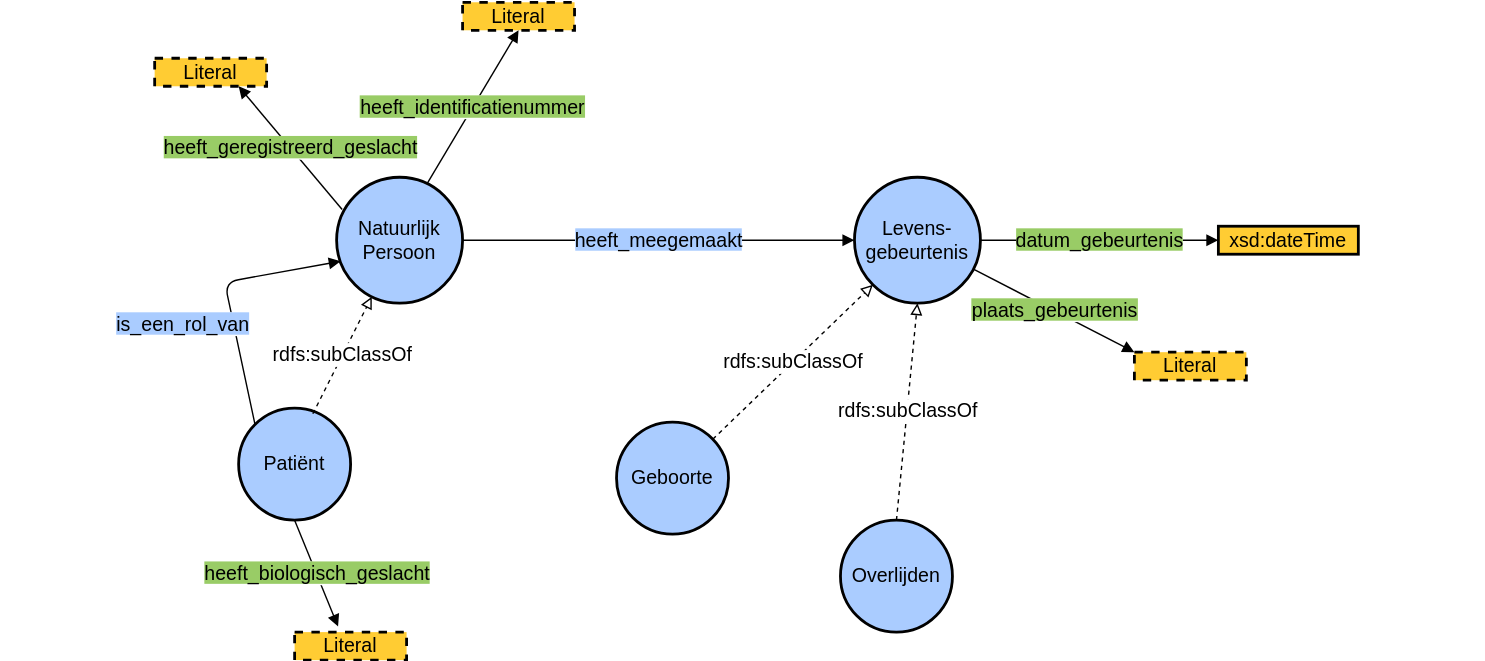
Earlier version of the draw.io export .gitbook/assets/motivation/logischmodel.svg (dizra/docs). Source tidied: cells renumbered, new cells last; positions are measured from the earlier drawing's top-left corner, leaving out a move shared by most shapes.
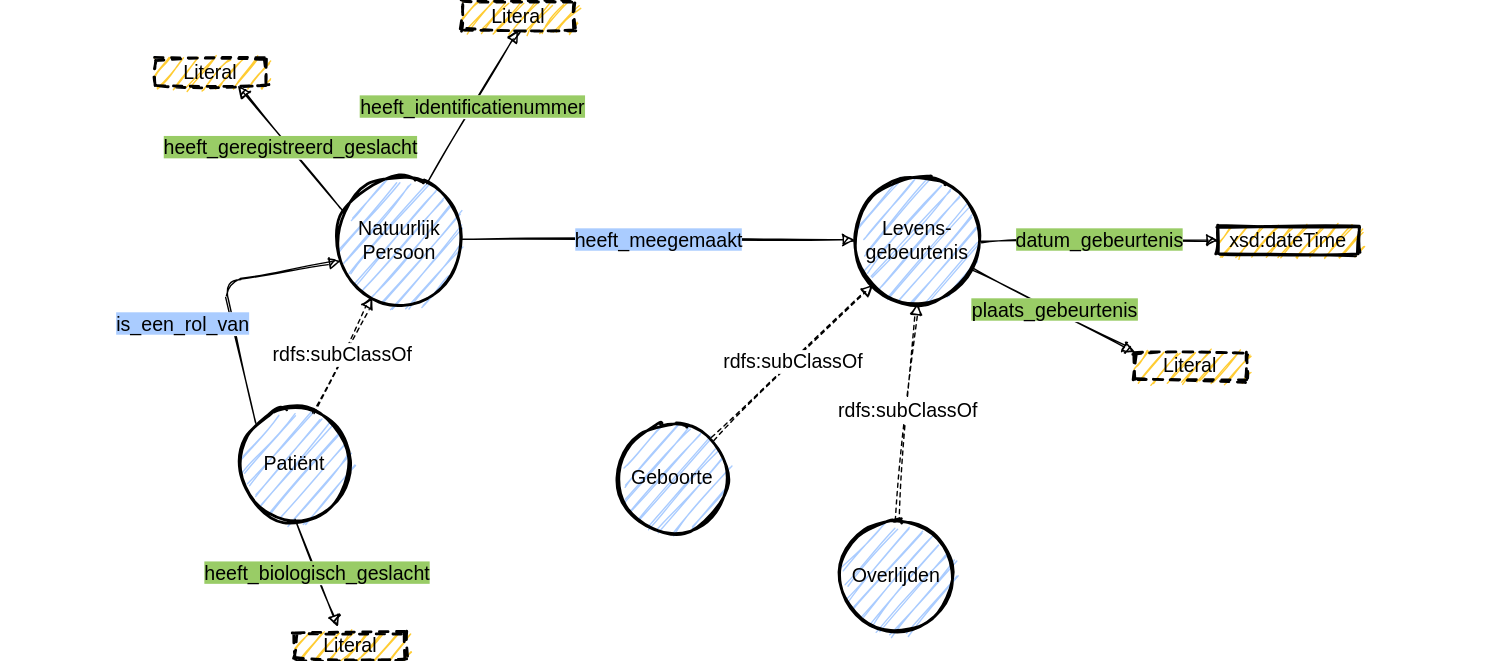
The same file after the commit.

Diff of the diagram source:
```diff
@@ -2,71 +2,71 @@
   <root>
     <mxCell id="0" />
     <mxCell id="1" parent="0" />
-    <mxCell id="2" value="Levens-gebeurtenis" style="ellipse;whiteSpace=wrap;html=1;rounded=0;shadow=0;glass=0;comic=0;strokeColor=#000000;strokeWidth=2;fillColor=#acf;gradientColor=none;fontSize=14;fontColor=#000000;align=center;" parent="1" vertex="1">
+    <mxCell id="2" value="Levens-gebeurtenis" style="ellipse;whiteSpace=wrap;html=1;rounded=0;shadow=0;glass=0;comic=0;strokeColor=#000000;strokeWidth=2;fillColor=#acf;gradientColor=none;fontSize=14;fontColor=#000000;align=center;sketch=1;" parent="1" vertex="1">
       <mxGeometry x="610" y="125" width="90" height="90" as="geometry" />
     </mxCell>
-    <mxCell id="3" value="Natuurlijk Persoon" style="ellipse;whiteSpace=wrap;html=1;rounded=0;shadow=0;glass=0;comic=0;strokeColor=#000000;strokeWidth=2;fillColor=#acf;gradientColor=none;fontSize=14;fontColor=#000000;align=center;" parent="1" vertex="1">
+    <mxCell id="3" value="Natuurlijk Persoon" style="ellipse;whiteSpace=wrap;html=1;rounded=0;shadow=0;glass=0;comic=0;strokeColor=#000000;strokeWidth=2;fillColor=#acf;gradientColor=none;fontSize=14;fontColor=#000000;align=center;sketch=1;" parent="1" vertex="1">
       <mxGeometry x="240" y="125" width="90" height="90" as="geometry" />
     </mxCell>
-    <mxCell id="4" value="Patiënt" style="ellipse;whiteSpace=wrap;html=1;rounded=0;shadow=0;glass=0;comic=0;strokeColor=#000000;strokeWidth=2;fillColor=#acf;gradientColor=none;fontSize=14;fontColor=#000000;align=center;" parent="1" vertex="1">
+    <mxCell id="4" value="Patiënt" style="ellipse;whiteSpace=wrap;html=1;rounded=0;shadow=0;glass=0;comic=0;strokeColor=#000000;strokeWidth=2;fillColor=#acf;gradientColor=none;fontSize=14;fontColor=#000000;align=center;sketch=1;" parent="1" vertex="1">
       <mxGeometry x="170" y="290" width="80" height="80" as="geometry" />
     </mxCell>
-    <mxCell id="5" value="rdfs:subClassOf" style="endArrow=block;html=1;strokeColor=#000000;fontSize=14;fontColor=#000000;endFill=0;dashed=1;exitX=0.663;exitY=0.05;exitDx=0;exitDy=0;exitPerimeter=0;" parent="1" edge="1" source="4" target="3">
+    <mxCell id="5" value="rdfs:subClassOf" style="endArrow=block;html=1;strokeColor=#000000;fontSize=14;fontColor=#000000;endFill=0;dashed=1;exitX=0.663;exitY=0.05;exitDx=0;exitDy=0;exitPerimeter=0;sketch=1;" parent="1" edge="1" source="4" target="3">
       <mxGeometry relative="1" as="geometry" />
     </mxCell>
-    <mxCell id="6" value="&lt;span style=&quot;background-color: rgb(170 , 204 , 255)&quot;&gt;heeft_meegemaakt&lt;/span&gt;" style="endArrow=block;html=1;strokeColor=#000000;fontSize=14;fontColor=#000000;endFill=1;exitX=1;exitY=0.5;exitDx=0;exitDy=0;" parent="1" edge="1" source="3" target="2">
+    <mxCell id="6" value="&lt;span style=&quot;background-color: rgb(170 , 204 , 255)&quot;&gt;heeft_meegemaakt&lt;/span&gt;" style="endArrow=block;html=1;strokeColor=#000000;fontSize=14;fontColor=#000000;endFill=1;exitX=1;exitY=0.5;exitDx=0;exitDy=0;sketch=1;" parent="1" edge="1" source="3" target="2">
       <mxGeometry relative="1" as="geometry" />
     </mxCell>
-    <mxCell id="7" value="&lt;span style=&quot;background-color: rgb(170 , 204 , 255)&quot;&gt;is_een_rol_van&lt;/span&gt;" style="endArrow=block;html=1;strokeColor=#000000;fontSize=14;fontColor=#000000;endFill=1;exitX=0;exitY=0;exitDx=0;exitDy=0;entryX=0.033;entryY=0.667;entryDx=0;entryDy=0;entryPerimeter=0;" parent="1" edge="1" source="4" target="3">
+    <mxCell id="7" value="&lt;span style=&quot;background-color: rgb(170 , 204 , 255)&quot;&gt;is_een_rol_van&lt;/span&gt;" style="endArrow=block;html=1;strokeColor=#000000;fontSize=14;fontColor=#000000;endFill=1;exitX=0;exitY=0;exitDx=0;exitDy=0;entryX=0.033;entryY=0.667;entryDx=0;entryDy=0;entryPerimeter=0;sketch=1;" parent="1" edge="1" source="4" target="3">
       <mxGeometry x="-0.14" y="36" relative="1" as="geometry">
         <Array as="points">
           <mxPoint x="160" y="200" />
         </Array>
       </mxGeometry>
     </mxCell>
-    <mxCell id="8" value="Literal" style="whiteSpace=wrap;html=1;rounded=0;shadow=0;glass=0;comic=0;strokeColor=#000000;strokeWidth=2;fillColor=#fc3;gradientColor=none;fontSize=14;fontColor=#000000;align=center;dashed=1;" parent="1" vertex="1">
+    <mxCell id="8" value="Literal" style="whiteSpace=wrap;html=1;rounded=0;shadow=0;glass=0;comic=0;strokeColor=#000000;strokeWidth=2;fillColor=#fc3;gradientColor=none;fontSize=14;fontColor=#000000;align=center;dashed=1;sketch=1;" parent="1" vertex="1">
       <mxGeometry x="330" width="80" height="20" as="geometry" />
     </mxCell>
-    <mxCell id="9" value="&lt;span style=&quot;background-color: rgb(153 , 204 , 102)&quot;&gt;heeft_identificatienummer&lt;/span&gt;" style="endArrow=block;html=1;strokeColor=#000000;fontSize=14;fontColor=#000000;endFill=1;entryX=0.5;entryY=1;entryDx=0;entryDy=0;exitX=0.722;exitY=0.044;exitDx=0;exitDy=0;exitPerimeter=0;" parent="1" edge="1" source="3" target="8">
+    <mxCell id="9" value="&lt;span style=&quot;background-color: rgb(153 , 204 , 102)&quot;&gt;heeft_identificatienummer&lt;/span&gt;" style="endArrow=block;html=1;strokeColor=#000000;fontSize=14;fontColor=#000000;endFill=1;entryX=0.5;entryY=1;entryDx=0;entryDy=0;exitX=0.722;exitY=0.044;exitDx=0;exitDy=0;exitPerimeter=0;sketch=1;" parent="1" edge="1" source="3" target="8">
       <mxGeometry relative="1" as="geometry" />
     </mxCell>
-    <mxCell id="10" value="Geboorte" style="ellipse;whiteSpace=wrap;html=1;rounded=0;shadow=0;glass=0;comic=0;strokeColor=#000000;strokeWidth=2;fillColor=#acf;gradientColor=none;fontSize=14;fontColor=#000000;align=center;" parent="1" vertex="1">
+    <mxCell id="10" value="Geboorte" style="ellipse;whiteSpace=wrap;html=1;rounded=0;shadow=0;glass=0;comic=0;strokeColor=#000000;strokeWidth=2;fillColor=#acf;gradientColor=none;fontSize=14;fontColor=#000000;align=center;sketch=1;" parent="1" vertex="1">
       <mxGeometry x="440" y="300" width="80" height="80" as="geometry" />
     </mxCell>
-    <mxCell id="11" value="rdfs:subClassOf" style="endArrow=block;html=1;strokeColor=#000000;fontSize=14;fontColor=#000000;endFill=0;dashed=1;entryX=0;entryY=1;entryDx=0;entryDy=0;" parent="1" edge="1" source="10" target="2">
+    <mxCell id="11" value="rdfs:subClassOf" style="endArrow=block;html=1;strokeColor=#000000;fontSize=14;fontColor=#000000;endFill=0;dashed=1;entryX=0;entryY=1;entryDx=0;entryDy=0;sketch=1;" parent="1" edge="1" source="10" target="2">
       <mxGeometry relative="1" as="geometry" />
     </mxCell>
-    <mxCell id="12" value="&lt;span style=&quot;background-color: rgb(153 , 204 , 102)&quot;&gt;datum_gebeurtenis&lt;/span&gt;" style="endArrow=block;html=1;strokeColor=#000000;fontSize=14;fontColor=#000000;endFill=1;entryX=0;entryY=0.5;entryDx=0;entryDy=0;exitX=1;exitY=0.5;exitDx=0;exitDy=0;" parent="1" edge="1" source="2" target="13">
+    <mxCell id="12" value="&lt;span style=&quot;background-color: rgb(153 , 204 , 102)&quot;&gt;datum_gebeurtenis&lt;/span&gt;" style="endArrow=block;html=1;strokeColor=#000000;fontSize=14;fontColor=#000000;endFill=1;entryX=0;entryY=0.5;entryDx=0;entryDy=0;exitX=1;exitY=0.5;exitDx=0;exitDy=0;sketch=1;" parent="1" edge="1" source="2" target="13">
       <mxGeometry relative="1" as="geometry" />
     </mxCell>
-    <mxCell id="13" value="xsd:dateTime" style="whiteSpace=wrap;html=1;rounded=0;shadow=0;glass=0;comic=0;strokeColor=#000000;strokeWidth=2;fillColor=#fc3;gradientColor=none;fontSize=14;fontColor=#000000;align=center;" parent="1" vertex="1">
+    <mxCell id="13" value="xsd:dateTime" style="whiteSpace=wrap;html=1;rounded=0;shadow=0;glass=0;comic=0;strokeColor=#000000;strokeWidth=2;fillColor=#fc3;gradientColor=none;fontSize=14;fontColor=#000000;align=center;sketch=1;" parent="1" vertex="1">
       <mxGeometry x="870" y="160" width="100" height="20" as="geometry" />
     </mxCell>
-    <mxCell id="14" value="Literal" style="whiteSpace=wrap;html=1;rounded=0;shadow=0;glass=0;comic=0;strokeColor=#000000;strokeWidth=2;fillColor=#fc3;gradientColor=none;fontSize=14;fontColor=#000000;align=center;dashed=1;" parent="1" vertex="1">
+    <mxCell id="14" value="Literal" style="whiteSpace=wrap;html=1;rounded=0;shadow=0;glass=0;comic=0;strokeColor=#000000;strokeWidth=2;fillColor=#fc3;gradientColor=none;fontSize=14;fontColor=#000000;align=center;dashed=1;sketch=1;" parent="1" vertex="1">
       <mxGeometry x="210" y="450" width="80" height="20" as="geometry" />
     </mxCell>
-    <mxCell id="15" value="&lt;span style=&quot;background-color: rgb(153 , 204 , 102)&quot;&gt;heeft_biologisch_geslacht&lt;/span&gt;" style="endArrow=block;html=1;strokeColor=#000000;fontSize=14;fontColor=#000000;endFill=1;entryX=0.388;entryY=-0.2;entryDx=0;entryDy=0;exitX=0.5;exitY=1;exitDx=0;exitDy=0;entryPerimeter=0;" parent="1" edge="1" source="4" target="14">
+    <mxCell id="15" value="&lt;span style=&quot;background-color: rgb(153 , 204 , 102)&quot;&gt;heeft_biologisch_geslacht&lt;/span&gt;" style="endArrow=block;html=1;strokeColor=#000000;fontSize=14;fontColor=#000000;endFill=1;entryX=0.388;entryY=-0.2;entryDx=0;entryDy=0;exitX=0.5;exitY=1;exitDx=0;exitDy=0;entryPerimeter=0;sketch=1;" parent="1" edge="1" source="4" target="14">
       <mxGeometry relative="1" as="geometry" />
     </mxCell>
-    <mxCell id="16" value="Literal" style="whiteSpace=wrap;html=1;rounded=0;shadow=0;glass=0;comic=0;strokeColor=#000000;strokeWidth=2;fillColor=#fc3;gradientColor=none;fontSize=14;fontColor=#000000;align=center;dashed=1;" parent="1" vertex="1">
+    <mxCell id="16" value="Literal" style="whiteSpace=wrap;html=1;rounded=0;shadow=0;glass=0;comic=0;strokeColor=#000000;strokeWidth=2;fillColor=#fc3;gradientColor=none;fontSize=14;fontColor=#000000;align=center;dashed=1;sketch=1;" parent="1" vertex="1">
       <mxGeometry x="810" y="250" width="80" height="20" as="geometry" />
     </mxCell>
-    <mxCell id="17" value="&lt;span style=&quot;background-color: rgb(153 , 204 , 102)&quot;&gt;plaats_gebeurtenis&lt;/span&gt;" style="endArrow=block;html=1;strokeColor=#000000;fontSize=14;fontColor=#000000;endFill=1;entryX=0;entryY=0;entryDx=0;entryDy=0;" parent="1" edge="1" source="2" target="16">
+    <mxCell id="17" value="&lt;span style=&quot;background-color: rgb(153 , 204 , 102)&quot;&gt;plaats_gebeurtenis&lt;/span&gt;" style="endArrow=block;html=1;strokeColor=#000000;fontSize=14;fontColor=#000000;endFill=1;entryX=0;entryY=0;entryDx=0;entryDy=0;sketch=1;" parent="1" edge="1" source="2" target="16">
       <mxGeometry relative="1" as="geometry" />
     </mxCell>
-    <mxCell id="18" value="Literal" style="whiteSpace=wrap;html=1;rounded=0;shadow=0;glass=0;comic=0;strokeColor=#000000;strokeWidth=2;fillColor=#fc3;gradientColor=none;fontSize=14;fontColor=#000000;align=center;dashed=1;" parent="1" vertex="1">
+    <mxCell id="18" value="Literal" style="whiteSpace=wrap;html=1;rounded=0;shadow=0;glass=0;comic=0;strokeColor=#000000;strokeWidth=2;fillColor=#fc3;gradientColor=none;fontSize=14;fontColor=#000000;align=center;dashed=1;sketch=1;" parent="1" vertex="1">
       <mxGeometry x="110" y="40" width="80" height="20" as="geometry" />
     </mxCell>
-    <mxCell id="19" value="&lt;span style=&quot;background-color: rgb(153 , 204 , 102)&quot;&gt;heeft_geregistreerd_geslacht&lt;/span&gt;" style="endArrow=block;html=1;strokeColor=#000000;fontSize=14;fontColor=#000000;endFill=1;entryX=0.75;entryY=1;entryDx=0;entryDy=0;exitX=0.044;exitY=0.256;exitDx=0;exitDy=0;exitPerimeter=0;" parent="1" edge="1" source="3" target="18">
+    <mxCell id="19" value="&lt;span style=&quot;background-color: rgb(153 , 204 , 102)&quot;&gt;heeft_geregistreerd_geslacht&lt;/span&gt;" style="endArrow=block;html=1;strokeColor=#000000;fontSize=14;fontColor=#000000;endFill=1;entryX=0.75;entryY=1;entryDx=0;entryDy=0;exitX=0.044;exitY=0.256;exitDx=0;exitDy=0;exitPerimeter=0;sketch=1;" parent="1" edge="1" source="3" target="18">
       <mxGeometry relative="1" as="geometry" />
     </mxCell>
-    <mxCell id="20" value="Overlijden" style="ellipse;whiteSpace=wrap;html=1;rounded=0;shadow=0;glass=0;comic=0;strokeColor=#000000;strokeWidth=2;fillColor=#acf;gradientColor=none;fontSize=14;fontColor=#000000;align=center;" parent="1" vertex="1">
+    <mxCell id="20" value="Overlijden" style="ellipse;whiteSpace=wrap;html=1;rounded=0;shadow=0;glass=0;comic=0;strokeColor=#000000;strokeWidth=2;fillColor=#acf;gradientColor=none;fontSize=14;fontColor=#000000;align=center;sketch=1;" parent="1" vertex="1">
       <mxGeometry x="600" y="370" width="80" height="80" as="geometry" />
     </mxCell>
-    <mxCell id="21" value="rdfs:subClassOf" style="endArrow=block;html=1;strokeColor=#000000;fontSize=14;fontColor=#000000;endFill=0;dashed=1;entryX=0.5;entryY=1;entryDx=0;entryDy=0;exitX=0.5;exitY=0;exitDx=0;exitDy=0;" parent="1" edge="1" source="20" target="2">
+    <mxCell id="21" value="rdfs:subClassOf" style="endArrow=block;html=1;strokeColor=#000000;fontSize=14;fontColor=#000000;endFill=0;dashed=1;entryX=0.5;entryY=1;entryDx=0;entryDy=0;exitX=0.5;exitY=0;exitDx=0;exitDy=0;sketch=1;" parent="1" edge="1" source="20" target="2">
       <mxGeometry relative="1" as="geometry" />
     </mxCell>
-    <mxCell id="22" style="rounded=0;whiteSpace=wrap;html=1;noLabel=1;fontColor=none;fillColor=none;strokeColor=none;" parent="1" vertex="1">
+    <mxCell id="22" style="rounded=0;whiteSpace=wrap;html=1;noLabel=1;fontColor=none;fillColor=none;strokeColor=none;sketch=1;" parent="1" vertex="1">
       <mxGeometry y="210" width="1060" height="60" as="geometry" />
     </mxCell>
   </root>
```
